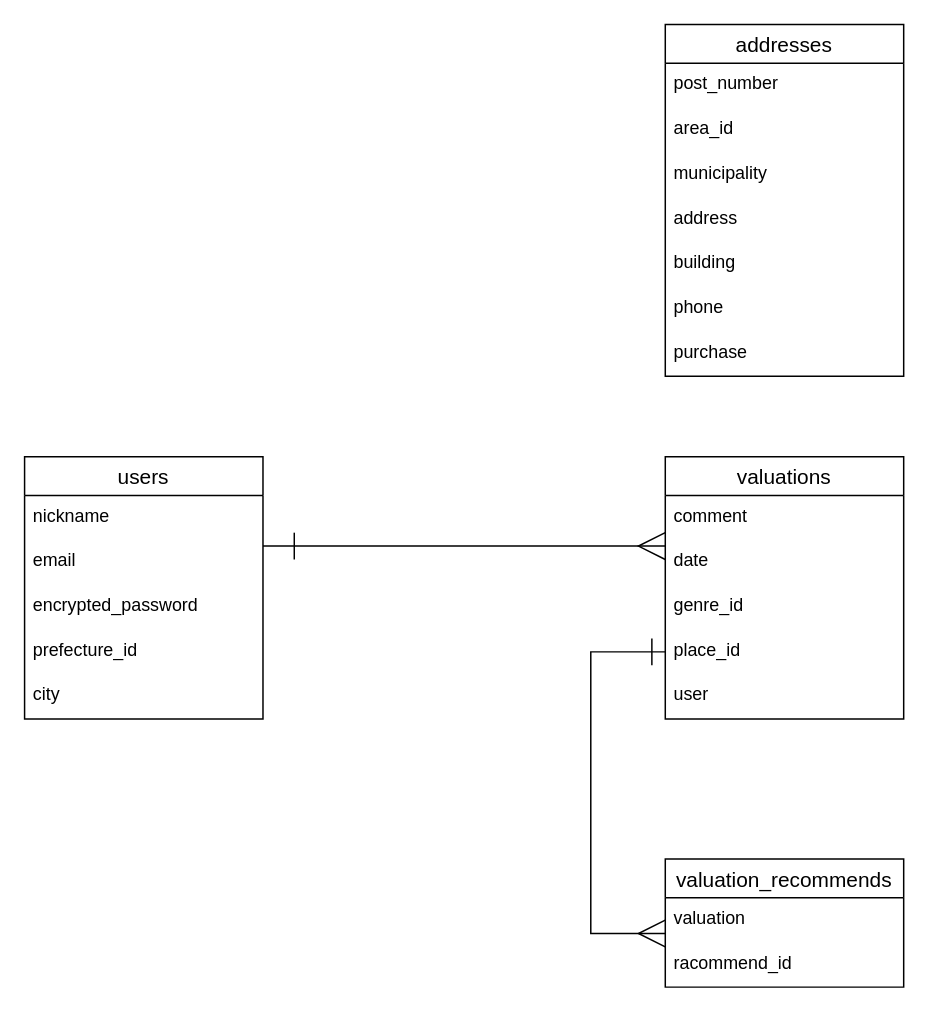
The draw.io diagram ER.dio in kazu1080601/any_kt, before the edit. Source tidied: cells renumbered, new cells numbered last; positions are measured from the earlier drawing's top-left corner, leaving out a move shared by most shapes. Both pictures are drawn from the tidied source at 149%, with x=0, y=0 at pixel (24, 24).
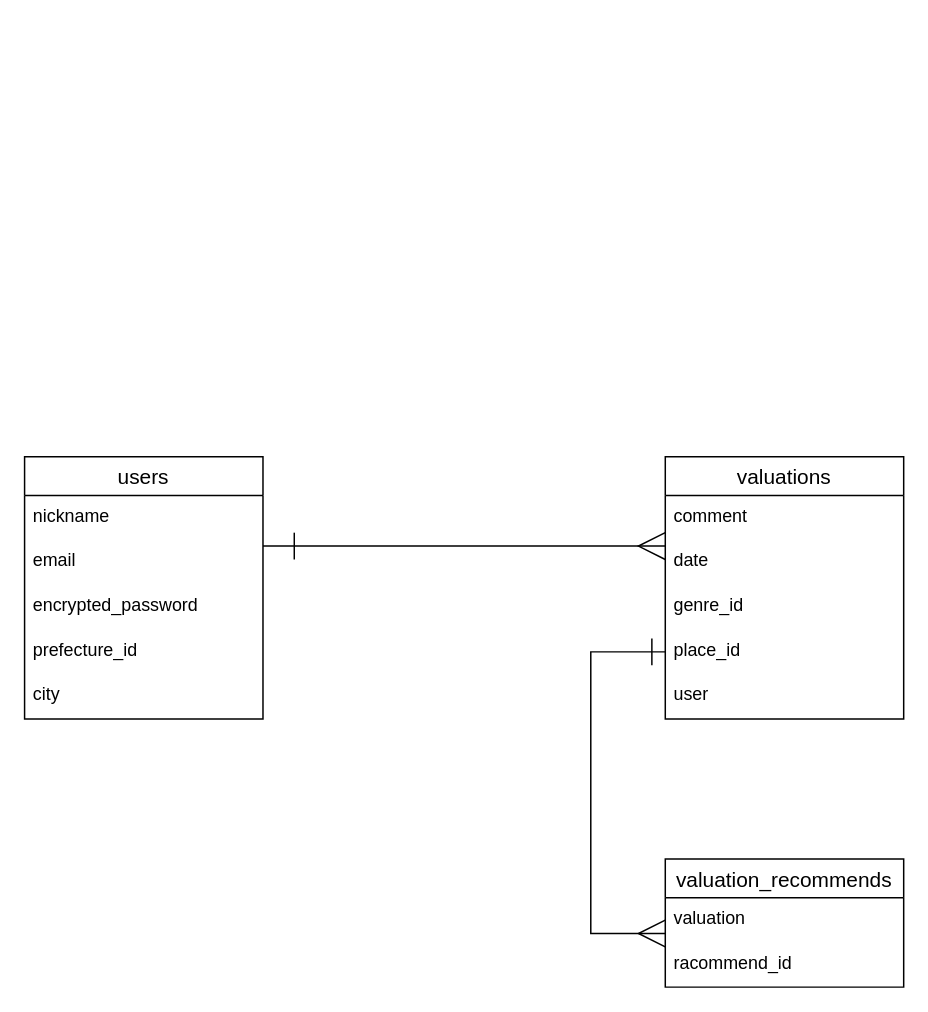
The same page after the edit.

Diff of the diagram source:
```diff
@@
-    <mxCell id="17" value="addresses" style="swimlane;fontStyle=0;horizontal=1;startSize=26;align=center;fontSize=14;" parent="1" vertex="1">
-      <mxGeometry x="430" width="160" height="236" as="geometry" />
-    </mxCell>
-    <mxCell id="18" value="post_number" style="text;strokeColor=none;fillColor=none;spacingLeft=4;spacingRight=4;overflow=hidden;fontSize=12;" parent="17" vertex="1">
-      <mxGeometry y="26" width="160" height="30" as="geometry" />
-    </mxCell>
-    <mxCell id="19" value="area_id" style="text;strokeColor=none;fillColor=none;spacingLeft=4;spacingRight=4;overflow=hidden;fontSize=12;" parent="17" vertex="1">
-      <mxGeometry y="56" width="160" height="30" as="geometry" />
-    </mxCell>
-    <mxCell id="20" value="municipality" style="text;strokeColor=none;fillColor=none;spacingLeft=4;spacingRight=4;overflow=hidden;fontSize=12;" parent="17" vertex="1">
-      <mxGeometry y="86" width="160" height="30" as="geometry" />
-    </mxCell>
-    <mxCell id="21" value="address" style="text;strokeColor=none;fillColor=none;spacingLeft=4;spacingRight=4;overflow=hidden;fontSize=12;" parent="17" vertex="1">
-      <mxGeometry y="116" width="160" height="30" as="geometry" />
-    </mxCell>
-    <mxCell id="22" value="building" style="text;strokeColor=none;fillColor=none;spacingLeft=4;spacingRight=4;overflow=hidden;fontSize=12;" parent="17" vertex="1">
-      <mxGeometry y="146" width="160" height="30" as="geometry" />
-    </mxCell>
-    <mxCell id="23" value="phone" style="text;strokeColor=none;fillColor=none;spacingLeft=4;spacingRight=4;overflow=hidden;fontSize=12;" parent="17" vertex="1">
-      <mxGeometry y="176" width="160" height="30" as="geometry" />
-    </mxCell>
-    <mxCell id="24" value="purchase" style="text;strokeColor=none;fillColor=none;spacingLeft=4;spacingRight=4;overflow=hidden;fontSize=12;" parent="17" vertex="1">
-      <mxGeometry y="206" width="160" height="30" as="geometry" />
-    </mxCell>
```
